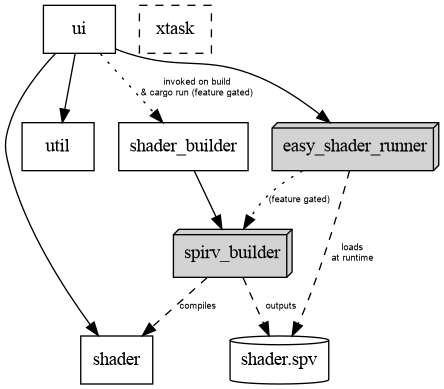
Before: workspace-structure.png, a diagram exported from Graphviz (crazyscot/brot3). Its source is kept beside it as workspace-structure.dot.
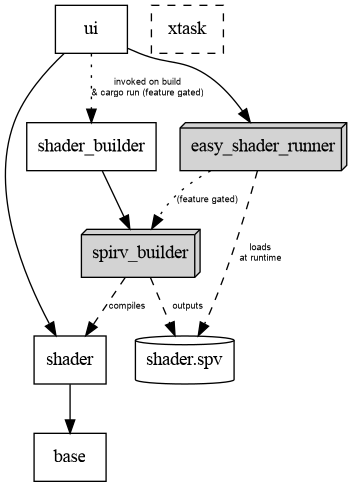
Above is the later version.

Commit message:
tidyup: cargo autoderive, resort the deps lists, update workspace structure diagram

The edit, as a diff of the source:
```diff
@@ -5,7 +5,7 @@
     ui;
     shader_builder;
     xtask [style = dashed;];
-    util;
+    base;
     shader;
     {
         rank=same;
@@ -18,9 +18,8 @@
     easy_shader_runner;
 
     edge [fontname = "arial"; fontsize = 7;];
-    ui -> shader;
+    ui -> shader -> base;
     ui -> easy_shader_runner;
-    ui -> util;
 
     spirv_builder -> shader [style=dashed; label = "compiles"]
 
```
